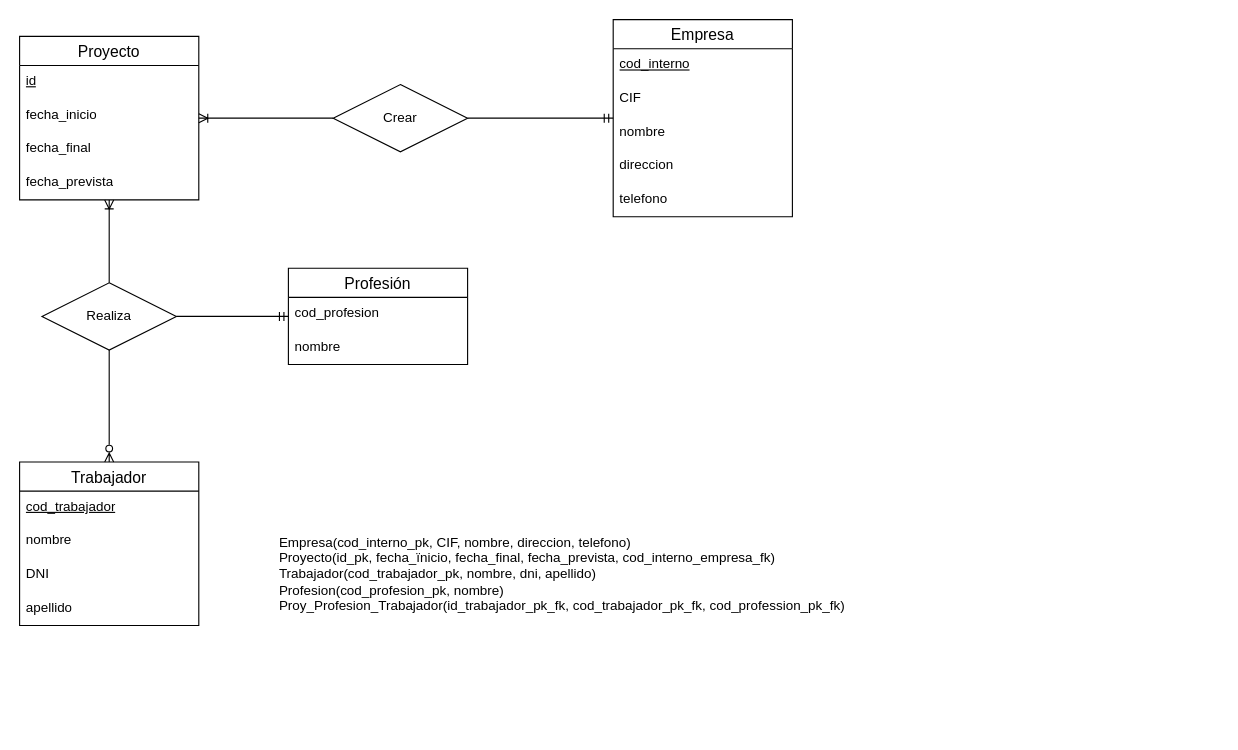
Earlier version of the draw.io diagram TA12Ej12.drawio (AlejandroCara/acr-tsys-modeloER-drawio-1110). Source tidied: cells renumbered, new cells numbered last; positions are measured from the earlier drawing's top-left corner, leaving out a move shared by most shapes. Both pictures are drawn from the tidied source at 112%, with x=0, y=0 at pixel (19, 19).
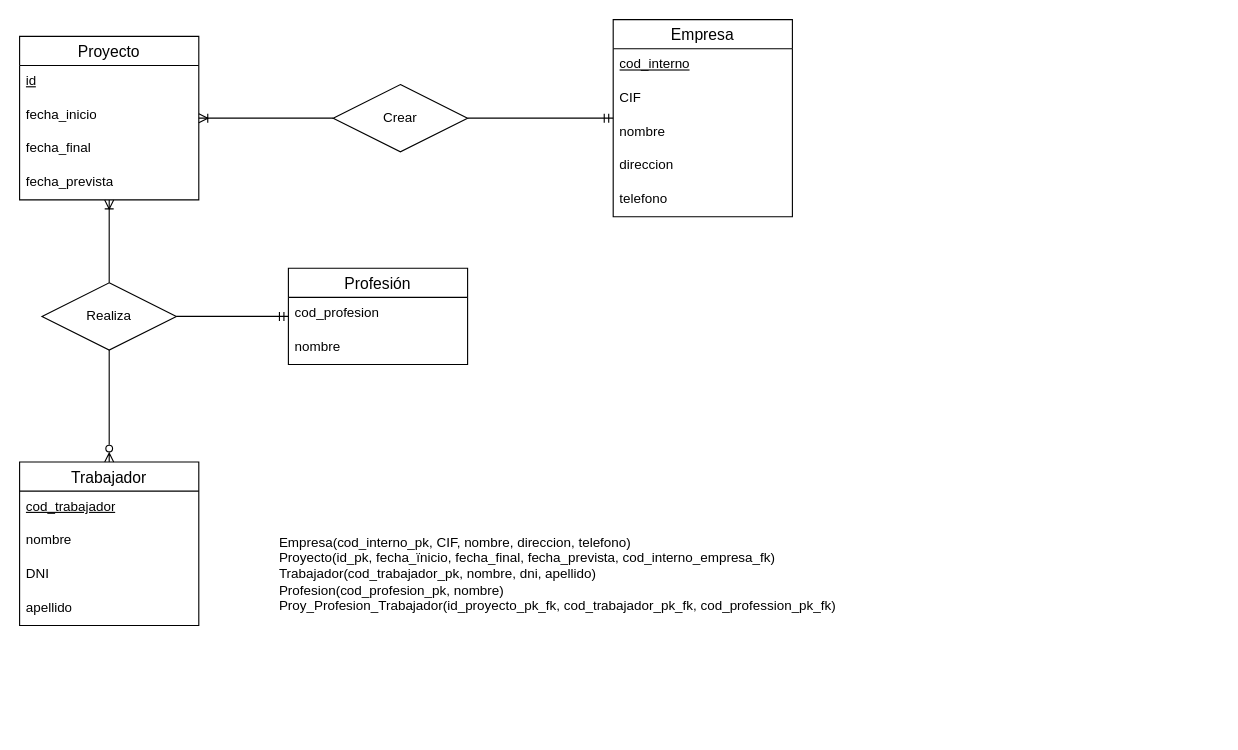
The same page after the edit.

The edit, as a diff of the source:
```diff
@@
-    <mxCell id="28" value="Empresa(cod_interno_pk, CIF, nombre, direccion, telefono)&lt;br&gt;Proyecto(id_pk, fecha_ïnicio, fecha_final, fecha_prevista, cod_interno_empresa_fk)&lt;br&gt;Trabajador(cod_trabajador_pk, nombre, dni, apellido)&lt;br&gt;Profesion(cod_profesion_pk, nombre)&lt;br&gt;Proy_Profesion_Trabajador(id_trabajador_pk_fk, cod_trabajador_pk_fk, cod_profession_pk_fk)" style="text;html=1;strokeColor=none;fillColor=none;align=left;verticalAlign=middle;whiteSpace=wrap;rounded=0;" parent="1" vertex="1">
+    <mxCell id="28" value="Empresa(cod_interno_pk, CIF, nombre, direccion, telefono)&lt;br&gt;Proyecto(id_pk, fecha_ïnicio, fecha_final, fecha_prevista, cod_interno_empresa_fk)&lt;br&gt;Trabajador(cod_trabajador_pk, nombre, dni, apellido)&lt;br&gt;Profesion(cod_profesion_pk, nombre)&lt;br&gt;Proy_Profesion_Trabajador(id_proyecto_pk_fk, cod_trabajador_pk_fk, cod_profession_pk_fk)" style="text;html=1;strokeColor=none;fillColor=none;align=left;verticalAlign=middle;whiteSpace=wrap;rounded=0;" parent="1" vertex="1">
       <mxGeometry x="230" y="355" width="840" height="280" as="geometry" />
     </mxCell>
```
